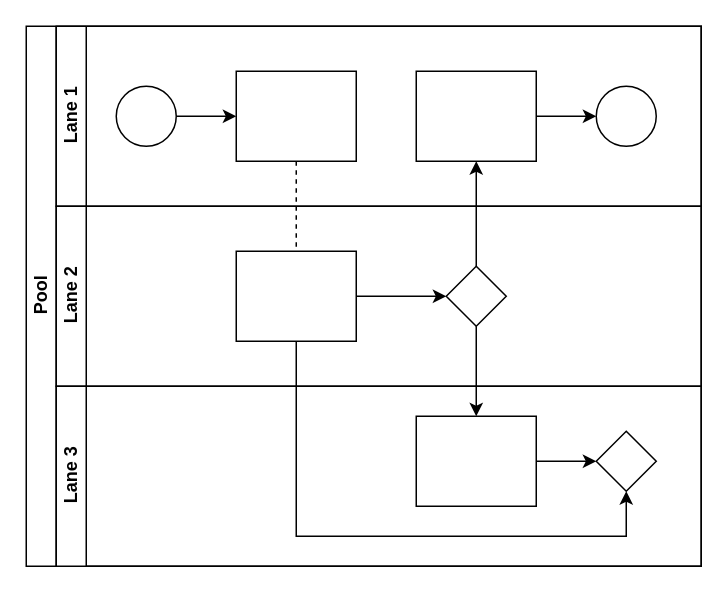
Before: 系统功能流程图/外部账号跨区调整.drawio in 158698706/tt4a, a draw.io diagram. Source tidied: cells renumbered, new cells numbered last; positions are measured from the earlier drawing's top-left corner, leaving out a move shared by most shapes. Both pictures are drawn from the tidied source at 150%, with x=0, y=0 at pixel (26, 26).
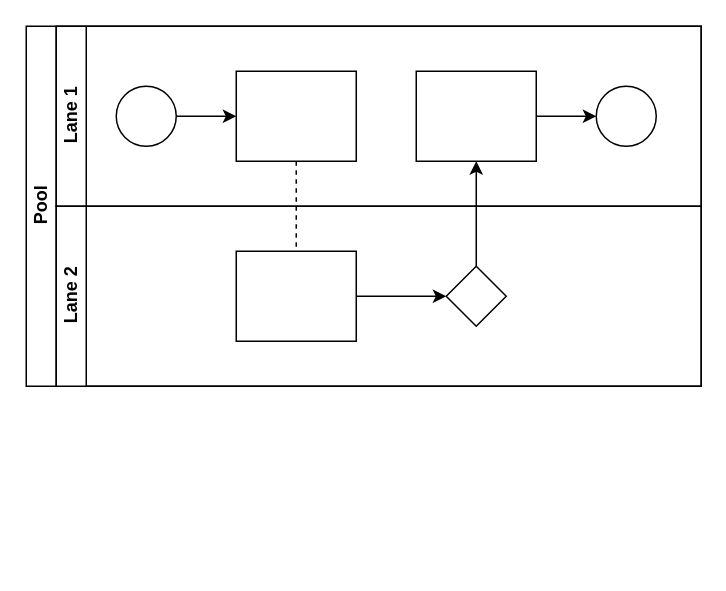
The same page after the edit.

Commit message (it also covers changes not shown here):
更新外部账号跨区调整.drawio

Unchanged cells that the change refers to:
```xml
<mxCell id="16" style="rounded=0;whiteSpace=wrap;html=1;fontFamily=Helvetica;fontSize=12;fontColor=#000000;align=center;" parent="14" vertex="1">
  <mxGeometry x="120" y="30" width="80" height="60" as="geometry" />
</mxCell>
<mxCell id="17" style="rhombus;whiteSpace=wrap;html=1;fontFamily=Helvetica;fontSize=12;fontColor=#000000;align=center;" parent="14" vertex="1">
  <mxGeometry x="260" y="40" width="40" height="40" as="geometry" />
</mxCell>
```

What changed in the source:
```diff
@@
     <mxCell id="2" value="Pool" style="swimlane;html=1;horizontal=0;startSize=20;" parent="1" vertex="1">
-      <mxGeometry width="450" height="360" as="geometry" />
+      <mxGeometry width="450" height="240" as="geometry" />
     </mxCell>
@@
-    <mxCell id="5" style="edgeStyle=orthogonalEdgeStyle;rounded=0;jettySize=auto;html=1;endArrow=classic;endFill=1;" parent="2" edge="1" source="17" target="20">
-      <mxGeometry relative="1" as="geometry" />
-    </mxCell>
-    <mxCell id="6" style="edgeStyle=orthogonalEdgeStyle;rounded=0;jettySize=auto;html=1;endArrow=classic;endFill=1;" parent="2" edge="1" source="16" target="21">
-      <mxGeometry relative="1" as="geometry">
-        <Array as="points">
-          <mxPoint x="180" y="340" />
-          <mxPoint x="400" y="340" />
-        </Array>
-      </mxGeometry>
-    </mxCell>
@@
-    <mxCell id="18" value="Lane 3" style="swimlane;html=1;startSize=20;horizontal=0;" parent="2" vertex="1">
-      <mxGeometry x="20" y="240" width="430" height="120" as="geometry" />
-    </mxCell>
-    <mxCell id="19" style="edgeStyle=orthogonalEdgeStyle;rounded=0;jettySize=auto;html=1;endArrow=classic;endFill=1;" parent="18" edge="1" source="20" target="21">
-      <mxGeometry relative="1" as="geometry" />
-    </mxCell>
-    <mxCell id="20" style="rounded=0;whiteSpace=wrap;html=1;fontFamily=Helvetica;fontSize=12;fontColor=#000000;align=center;" parent="18" vertex="1">
-      <mxGeometry x="240" y="20" width="80" height="60" as="geometry" />
-    </mxCell>
-    <mxCell id="21" style="rhombus;whiteSpace=wrap;html=1;fontFamily=Helvetica;fontSize=12;fontColor=#000000;align=center;" parent="18" vertex="1">
-      <mxGeometry x="360" y="30" width="40" height="40" as="geometry" />
-    </mxCell>
```
